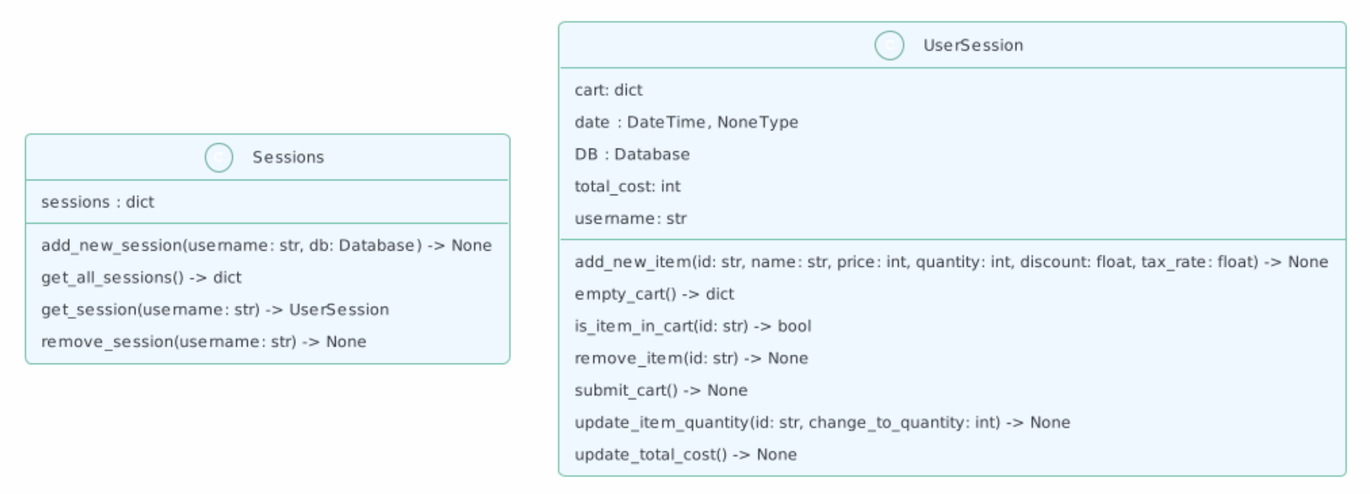
Earlier version of the PlantUML export docs/diagrams/system/core_classes.png (brookiew/group0_project). Its source is kept beside it as docs/diagrams/system/core_classes.puml.
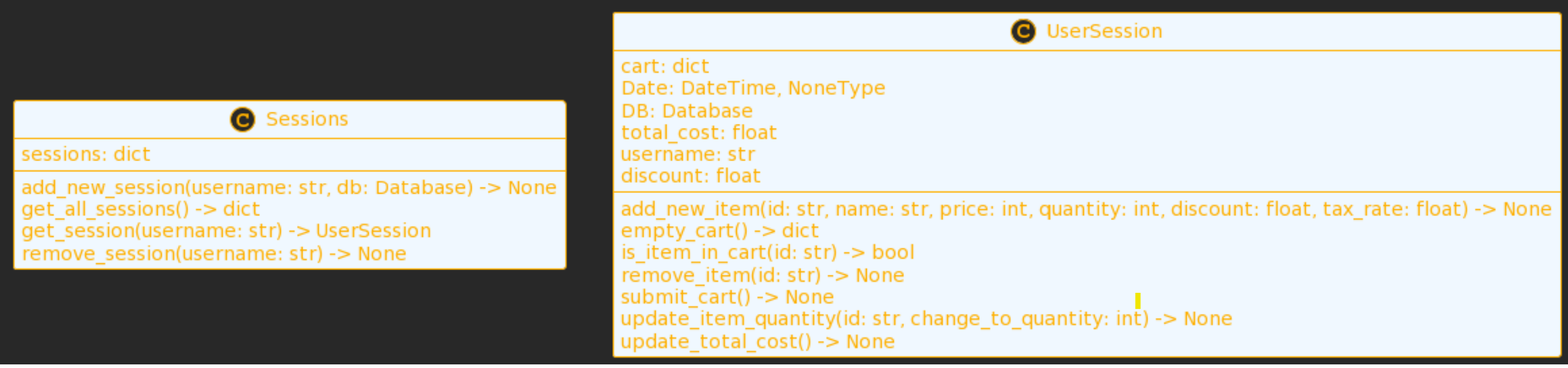
After the change.

Diff of the diagram source:
```diff
@@ -1,8 +1,8 @@
-@startuml classes
-!theme minty
+@startuml
+!theme crt-amber
 set namespaceSeparator none
 class "Sessions" as core.session.Sessions #aliceblue {
-  sessions : dict
+  sessions: dict
   add_new_session(username: str, db: Database) -> None
   get_all_sessions() -> dict
   get_session(username: str) -> UserSession
@@ -10,10 +10,11 @@
 }
 class "UserSession" as core.session.UserSession #aliceblue {
   cart: dict
-  date : DateTime, NoneType
+  Date: DateTime, NoneType
   DB: Database
-  total_cost: int
+  total_cost: float
   username: str
+  discount: float
   add_new_item(id: str, name: str, price: int, quantity: int, discount: float, tax_rate: float) -> None
   empty_cart() -> dict
   is_item_in_cart(id: str) -> bool
```
